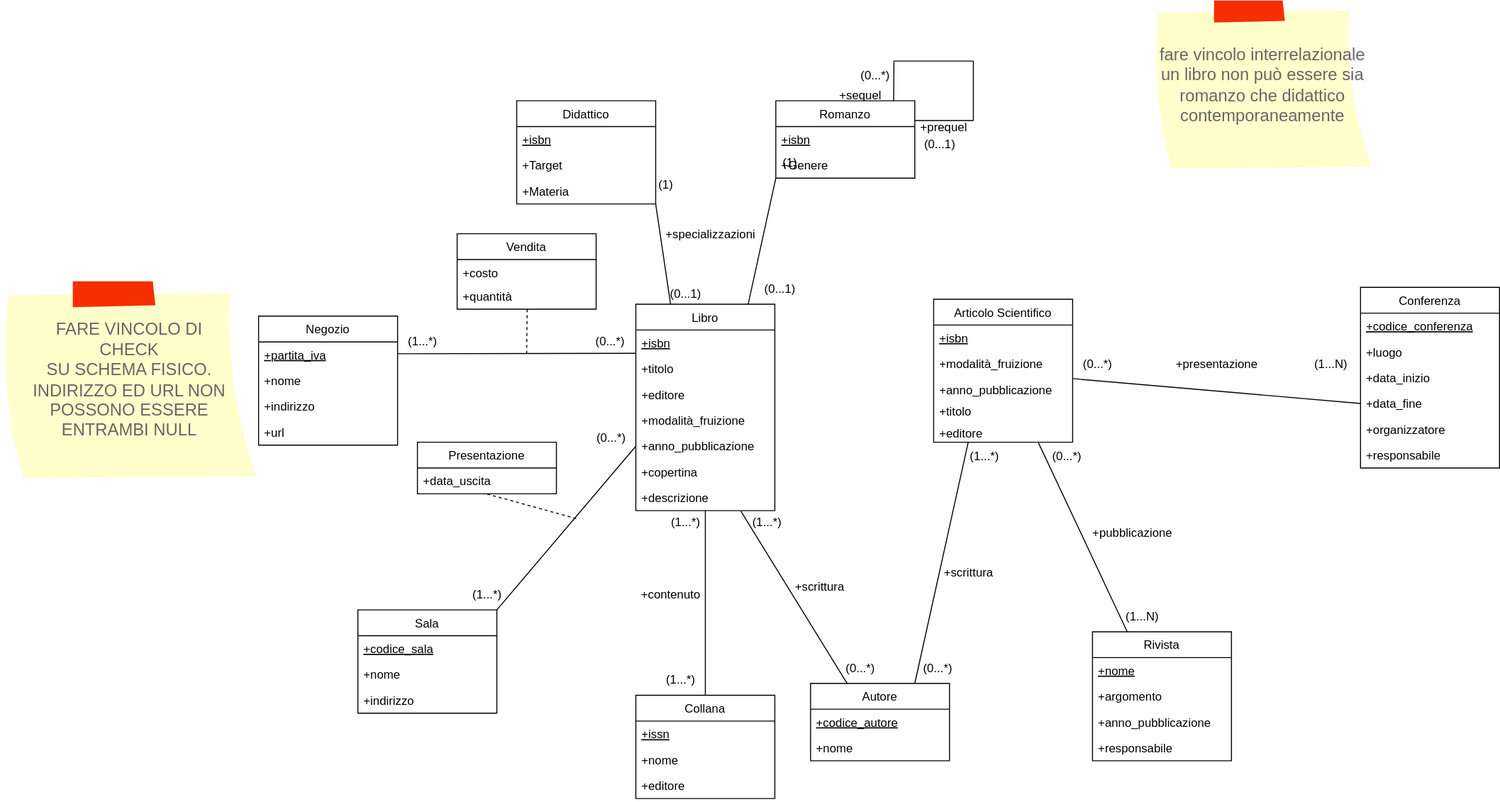
This is Modello_Concettuale_Ristrutturato.drawio.svg from m3tt0/Progetto_OB_BASI, a draw.io export, as it was before one commit. Source tidied: cells renumbered, new cells last; positions are measured from the earlier drawing's top-left corner, leaving out a move shared by most shapes.
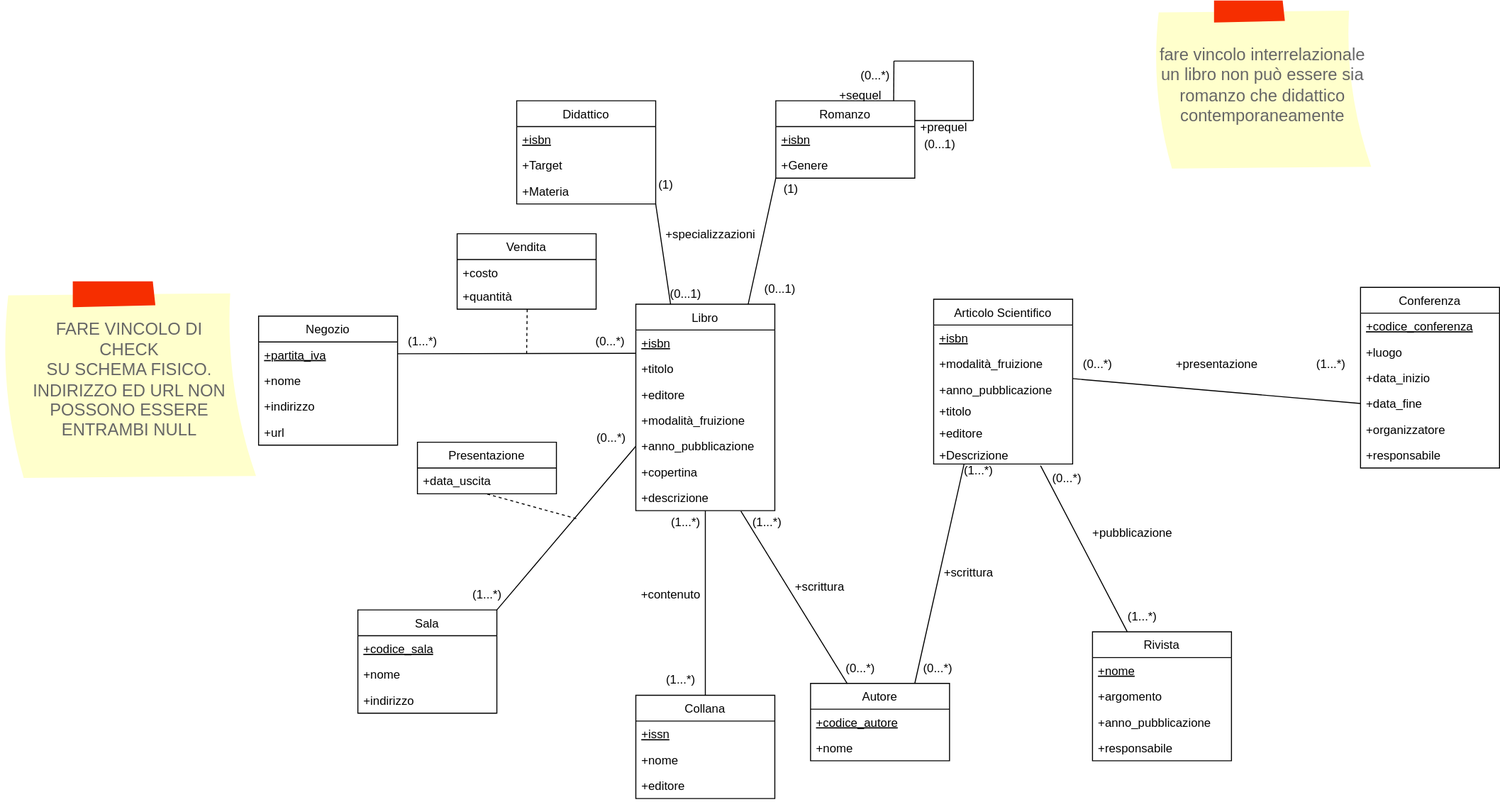
Later version of the same file.

Change to the diagram source:
```diff
@@ -48,7 +48,7 @@
       <mxGeometry y="182" width="140" height="26" as="geometry" />
     </mxCell>
     <mxCell id="17" value="Articolo Scientifico" style="swimlane;fontStyle=0;horizontal=1;startSize=26;fillColor=none;" parent="1" vertex="1">
-      <mxGeometry x="940" y="301" width="140" height="144" as="geometry" />
+      <mxGeometry x="940" y="301" width="140" height="166" as="geometry" />
     </mxCell>
     <mxCell id="18" value="+isbn" style="text;strokeColor=none;fillColor=none;align=left;verticalAlign=top;spacingLeft=4;spacingRight=4;overflow=hidden;fontStyle=4;" parent="17" vertex="1">
       <mxGeometry y="26" width="140" height="26" as="geometry" />
@@ -65,6 +65,9 @@
     <mxCell id="22" value="+editore" style="text;strokeColor=none;fillColor=none;align=left;verticalAlign=top;spacingLeft=4;spacingRight=4;overflow=hidden;points=[[0,0.5],[1,0.5]];portConstraint=eastwest;" parent="17" vertex="1">
       <mxGeometry y="122" width="140" height="22" as="geometry" />
     </mxCell>
+    <mxCell id="102" value="+Descrizione" style="text;strokeColor=none;fillColor=none;align=left;verticalAlign=top;spacingLeft=4;spacingRight=4;overflow=hidden;points=[[0,0.5],[1,0.5]];portConstraint=eastwest;" parent="17" vertex="1">
+      <mxGeometry y="144" width="140" height="22" as="geometry" />
+    </mxCell>
     <mxCell id="23" value="Autore" style="swimlane;fontStyle=0;horizontal=1;startSize=26;fillColor=none;" parent="1" vertex="1">
       <mxGeometry x="816" y="688" width="140" height="78" as="geometry" />
     </mxCell>
@@ -77,7 +80,7 @@
     <mxCell id="26" style="endArrow=none;html=1;rounded=0;entryX=0.25;entryY=1.01;entryDx=0;entryDy=0;exitX=0.756;exitY=1.022;exitDx=0;exitDy=0;entryPerimeter=0;exitPerimeter=0;" parent="1" edge="1" source="16" target="43">
       <mxGeometry relative="1" as="geometry" />
     </mxCell>
-    <mxCell id="27" style="endArrow=none;html=1;rounded=0;entryX=0.75;entryY=0;entryDx=0;entryDy=0;exitX=0.249;exitY=0.996;exitDx=0;exitDy=0;exitPerimeter=0;" parent="1" edge="1" source="22" target="23">
+    <mxCell id="27" style="endArrow=none;html=1;rounded=0;entryX=0.75;entryY=0;entryDx=0;entryDy=0;exitX=0.219;exitY=0.999;exitDx=0;exitDy=0;exitPerimeter=0;" parent="1" edge="1" source="102" target="23">
       <mxGeometry relative="1" as="geometry" />
     </mxCell>
     <mxCell id="28" value="Rivista" style="swimlane;fontStyle=0;horizontal=1;startSize=26;fillColor=none;" parent="1" vertex="1">
@@ -98,23 +101,23 @@
     <mxCell id="33" style="endArrow=none;html=1;rounded=0;entryX=0;entryY=0.5;entryDx=0;entryDy=0;exitX=1;exitY=0.088;exitDx=0;exitDy=0;exitPerimeter=0;" parent="1" edge="1" source="20" target="6">
       <mxGeometry relative="1" as="geometry" />
     </mxCell>
-    <mxCell id="34" style="endArrow=none;html=1;rounded=0;entryX=0.25;entryY=0;entryDx=0;entryDy=0;exitX=0.752;exitY=1;exitDx=0;exitDy=0;exitPerimeter=0;" parent="1" edge="1" source="22" target="28">
+    <mxCell id="34" style="endArrow=none;html=1;rounded=0;entryX=0.25;entryY=0;entryDx=0;entryDy=0;exitX=0.769;exitY=1.073;exitDx=0;exitDy=0;exitPerimeter=0;" parent="1" edge="1" source="102" target="28">
       <mxGeometry relative="1" as="geometry" />
     </mxCell>
     <mxCell id="35" value="(0...*)" style="text;html=1;align=center;verticalAlign=middle;strokeColor=none;fillColor=none;" parent="1" vertex="1">
       <mxGeometry x="1080" y="352" width="50" height="30" as="geometry" />
     </mxCell>
-    <mxCell id="36" value="(1...N)" style="text;html=1;align=center;verticalAlign=middle;strokeColor=none;fillColor=none;" parent="1" vertex="1">
-      <mxGeometry x="1310" y="352" width="60" height="30" as="geometry" />
+    <mxCell id="36" value="(1...*)" style="text;html=1;align=center;verticalAlign=middle;strokeColor=none;fillColor=none;" parent="1" vertex="1">
+      <mxGeometry x="1315" y="352" width="50" height="30" as="geometry" />
     </mxCell>
     <mxCell id="37" value="+presentazione" style="text;html=1;align=center;verticalAlign=middle;strokeColor=none;fillColor=none;" parent="1" vertex="1">
       <mxGeometry x="1170" y="352" width="110" height="30" as="geometry" />
     </mxCell>
     <mxCell id="38" value="(0...*)" style="text;html=1;align=center;verticalAlign=middle;strokeColor=none;fillColor=none;rotation=0;" parent="1" vertex="1">
-      <mxGeometry x="1048" y="445" width="52" height="30" as="geometry" />
+      <mxGeometry x="1048" y="467" width="52" height="30" as="geometry" />
     </mxCell>
-    <mxCell id="39" value="(1...N)" style="text;html=1;align=center;verticalAlign=middle;strokeColor=none;fillColor=none;" parent="1" vertex="1">
-      <mxGeometry x="1120" y="606" width="60" height="30" as="geometry" />
+    <mxCell id="39" value="(1...*)" style="text;html=1;align=center;verticalAlign=middle;strokeColor=none;fillColor=none;" parent="1" vertex="1">
+      <mxGeometry x="1125" y="606" width="50" height="30" as="geometry" />
     </mxCell>
     <mxCell id="40" value="+pubblicazione" style="text;html=1;align=center;verticalAlign=middle;strokeColor=none;fillColor=none;rotation=0;" parent="1" vertex="1">
       <mxGeometry x="1090" y="522" width="100" height="30" as="geometry" />
@@ -123,7 +126,7 @@
       <mxGeometry x="747" y="511" width="50" height="30" as="geometry" />
     </mxCell>
     <mxCell id="42" value="(1...*)" style="text;html=1;align=center;verticalAlign=middle;strokeColor=none;fillColor=none;" parent="1" vertex="1">
-      <mxGeometry x="966" y="445" width="50" height="30" as="geometry" />
+      <mxGeometry x="960" y="459" width="50" height="30" as="geometry" />
     </mxCell>
     <mxCell id="43" value="(0...*)" style="text;html=1;align=center;verticalAlign=middle;points=[];strokeColor=none;fillColor=none;rotation=0;" parent="1" vertex="1">
       <mxGeometry x="840" y="658" width="52" height="30" as="geometry" />
@@ -303,7 +306,7 @@
       <mxGeometry x="760" y="276" width="50" height="30" as="geometry" />
     </mxCell>
     <mxCell id="97" value="(1)" style="text;html=1;align=center;verticalAlign=middle;strokeColor=none;fillColor=none;" parent="1" vertex="1">
-      <mxGeometry x="775" y="149" width="40" height="30" as="geometry" />
+      <mxGeometry x="776" y="175" width="40" height="30" as="geometry" />
     </mxCell>
     <mxCell id="98" value="(1)" style="text;html=1;align=center;verticalAlign=middle;strokeColor=none;fillColor=none;" parent="1" vertex="1">
       <mxGeometry x="650" y="171" width="40" height="30" as="geometry" />
```
